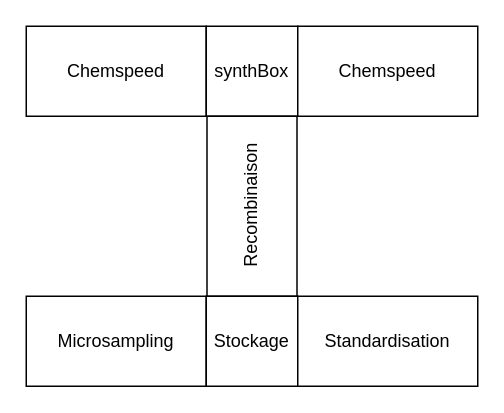
This is assets/figures/schema_storms.drawio from gaetan-worch/TB, a draw.io file, before an edit. Source tidied: cells renumbered, new cells numbered last; positions are measured from the earlier drawing's top-left corner, leaving out a move shared by most shapes. Both pictures are drawn from the tidied source at 150%, with x=0, y=0 at pixel (26, 26).
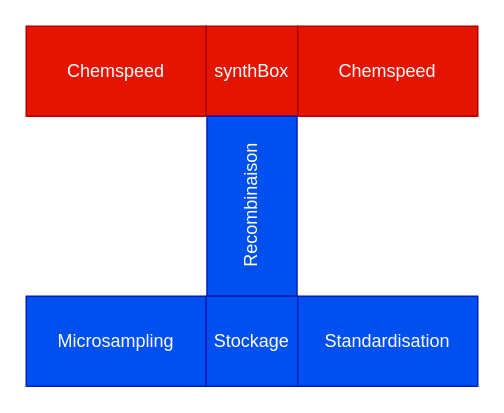
After the change.

The edit, as a diff of the source:
```diff
@@
 <mxGraphModel>
   <root>
     <mxCell id="0" />
     <mxCell id="1" parent="0" />
-    <mxCell id="2" value="Chemspeed" style="rounded=0;whiteSpace=wrap;html=1;" parent="1" vertex="1">
+    <mxCell id="2" value="Chemspeed" style="rounded=0;whiteSpace=wrap;html=1;fillColor=#e51400;fontColor=#ffffff;strokeColor=#B20000;" parent="1" vertex="1">
       <mxGeometry width="120" height="60" as="geometry" />
     </mxCell>
-    <mxCell id="3" value="synthBox" style="rounded=0;whiteSpace=wrap;html=1;" parent="1" vertex="1">
+    <mxCell id="3" value="synthBox" style="rounded=0;whiteSpace=wrap;html=1;fillColor=#e51400;fontColor=#ffffff;strokeColor=#B20000;" parent="1" vertex="1">
       <mxGeometry x="120" width="61" height="60" as="geometry" />
     </mxCell>
-    <mxCell id="4" value="Chemspeed" style="rounded=0;whiteSpace=wrap;html=1;" parent="1" vertex="1">
+    <mxCell id="4" value="Chemspeed" style="rounded=0;whiteSpace=wrap;html=1;fillColor=#e51400;fontColor=#ffffff;strokeColor=#B20000;" parent="1" vertex="1">
       <mxGeometry x="181" width="120" height="60" as="geometry" />
     </mxCell>
-    <mxCell id="5" value="Recombinaison" style="rounded=0;whiteSpace=wrap;html=1;rotation=-90;" parent="1" vertex="1">
+    <mxCell id="5" value="Recombinaison" style="rounded=0;whiteSpace=wrap;html=1;rotation=-90;fillColor=#0050ef;fontColor=#ffffff;strokeColor=#001DBC;" parent="1" vertex="1">
       <mxGeometry x="90.5" y="90" width="120" height="60" as="geometry" />
     </mxCell>
-    <mxCell id="6" value="Microsampling" style="rounded=0;whiteSpace=wrap;html=1;" parent="1" vertex="1">
+    <mxCell id="6" value="Microsampling" style="rounded=0;whiteSpace=wrap;html=1;fillColor=#0050ef;fontColor=#ffffff;strokeColor=#001DBC;" parent="1" vertex="1">
       <mxGeometry y="180" width="120" height="60" as="geometry" />
     </mxCell>
-    <mxCell id="7" value="Stockage" style="rounded=0;whiteSpace=wrap;html=1;" parent="1" vertex="1">
+    <mxCell id="7" value="Stockage" style="rounded=0;whiteSpace=wrap;html=1;fillColor=#0050ef;fontColor=#ffffff;strokeColor=#001DBC;" parent="1" vertex="1">
       <mxGeometry x="120" y="180" width="61" height="60" as="geometry" />
     </mxCell>
-    <mxCell id="8" value="Standardisation" style="rounded=0;whiteSpace=wrap;html=1;" parent="1" vertex="1">
+    <mxCell id="8" value="Standardisation" style="rounded=0;whiteSpace=wrap;html=1;fillColor=#0050ef;fontColor=#ffffff;strokeColor=#001DBC;" parent="1" vertex="1">
       <mxGeometry x="181" y="180" width="120" height="60" as="geometry" />
     </mxCell>
   </root>
 </mxGraphModel>
```
